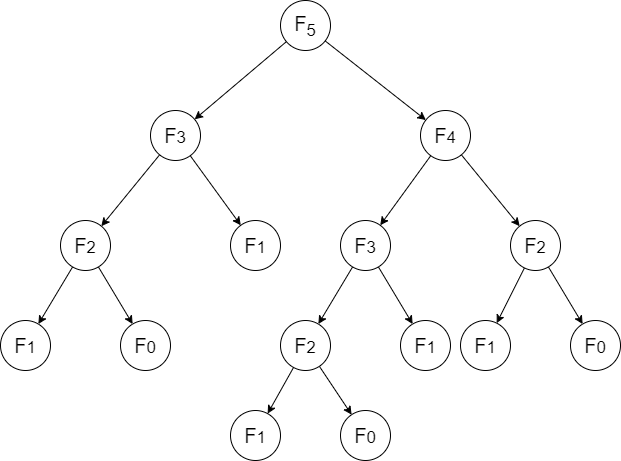
Above: images/docs/Recursive.png in tracey7d4/tracey7d4.github.io (draw.io), before the change. Source tidied: cells renumbered, new cells last; positions are measured from the earlier drawing's top-left corner, leaving out a move shared by most shapes.
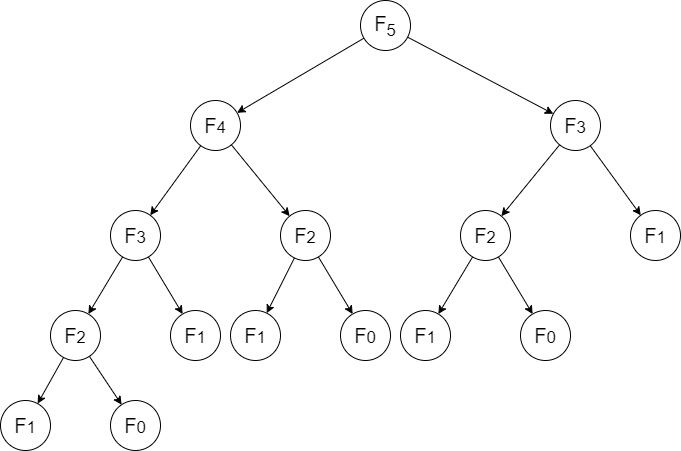
After the change.

Commit message:
rebuilding site Wed Oct 21 23:00:56 AEDT 2020

Change to the diagram source:
```diff
@@ -2,92 +2,98 @@
   <root>
     <mxCell id="0" />
     <mxCell id="1" parent="0" />
-    <mxCell id="2" style="rounded=0;jettySize=auto;html=1;" parent="1" edge="1" source="4" target="7">
+    <mxCell id="2" style="edgeStyle=none;rounded=0;jettySize=auto;html=1;" parent="1" edge="1" source="3" target="5">
       <mxGeometry relative="1" as="geometry" />
     </mxCell>
-    <mxCell id="3" style="edgeStyle=none;rounded=0;jettySize=auto;html=1;" parent="1" edge="1" source="4" target="10">
-      <mxGeometry relative="1" as="geometry" />
+    <mxCell id="3" value="&lt;font style=&quot;font-size: 20px&quot;&gt;F&lt;sub&gt;5&lt;/sub&gt;&lt;/font&gt;" style="ellipse;whiteSpace=wrap;html=1;" parent="1" vertex="1">
+      <mxGeometry x="280" width="50" height="50" as="geometry" />
     </mxCell>
-    <mxCell id="4" value="&lt;font style=&quot;font-size: 20px&quot;&gt;F&lt;sub&gt;5&lt;/sub&gt;&lt;/font&gt;" style="ellipse;whiteSpace=wrap;html=1;" parent="1" vertex="1">
-      <mxGeometry x="280" width="50" height="50" as="geometry" />
+    <mxCell id="4" style="group;" parent="1" vertex="1">
+      <mxGeometry x="-80" y="100" width="390" height="350" as="geometry" />
     </mxCell>
-    <mxCell id="5" style="edgeStyle=none;rounded=0;jettySize=auto;html=1;" parent="1" edge="1" source="7" target="13">
-      <mxGeometry relative="1" as="geometry" />
+    <mxCell id="5" value="&lt;font style=&quot;font-size: 20px&quot;&gt;F&lt;/font&gt;&lt;font style=&quot;font-size: 16.6667px&quot;&gt;4&lt;/font&gt;" style="ellipse;whiteSpace=wrap;html=1;" parent="4" vertex="1">
+      <mxGeometry x="190" width="50" height="50" as="geometry" />
     </mxCell>
-    <mxCell id="6" style="edgeStyle=none;rounded=0;jettySize=auto;html=1;" parent="1" edge="1" source="7" target="14">
-      <mxGeometry relative="1" as="geometry" />
+    <mxCell id="6" value="&lt;font style=&quot;font-size: 20px&quot;&gt;F&lt;/font&gt;&lt;font style=&quot;font-size: 16.6667px&quot;&gt;3&lt;/font&gt;" style="ellipse;whiteSpace=wrap;html=1;" parent="4" vertex="1">
+      <mxGeometry x="110" y="110" width="50" height="50" as="geometry" />
     </mxCell>
-    <mxCell id="7" value="&lt;font style=&quot;font-size: 20px&quot;&gt;F&lt;/font&gt;&lt;font style=&quot;font-size: 16.6667px&quot;&gt;3&lt;/font&gt;" style="ellipse;whiteSpace=wrap;html=1;" parent="1" vertex="1">
-      <mxGeometry x="150" y="110" width="50" height="50" as="geometry" />
+    <mxCell id="7" style="edgeStyle=none;rounded=0;jettySize=auto;html=1;" parent="4" edge="1" source="5" target="6">
+      <mxGeometry relative="1" as="geometry" />
     </mxCell>
-    <mxCell id="8" style="edgeStyle=none;rounded=0;jettySize=auto;html=1;" parent="1" edge="1" source="10" target="17">
-      <mxGeometry relative="1" as="geometry" />
+    <mxCell id="8" value="&lt;font style=&quot;font-size: 20px&quot;&gt;F&lt;/font&gt;&lt;font style=&quot;font-size: 16.6667px&quot;&gt;2&lt;/font&gt;" style="ellipse;whiteSpace=wrap;html=1;" parent="4" vertex="1">
+      <mxGeometry x="280" y="110" width="50" height="50" as="geometry" />
     </mxCell>
-    <mxCell id="9" style="edgeStyle=none;rounded=0;jettySize=auto;html=1;" parent="1" edge="1" source="10" target="20">
+    <mxCell id="9" style="edgeStyle=none;rounded=0;jettySize=auto;html=1;" parent="4" edge="1" source="5" target="8">
       <mxGeometry relative="1" as="geometry" />
     </mxCell>
-    <mxCell id="10" value="&lt;font style=&quot;font-size: 20px&quot;&gt;F&lt;/font&gt;&lt;font style=&quot;font-size: 16.6667px&quot;&gt;4&lt;/font&gt;" style="ellipse;whiteSpace=wrap;html=1;" parent="1" vertex="1">
-      <mxGeometry x="420" y="110" width="50" height="50" as="geometry" />
+    <mxCell id="10" value="&lt;font style=&quot;font-size: 20px&quot;&gt;F&lt;/font&gt;&lt;font style=&quot;font-size: 16.6667px&quot;&gt;1&lt;/font&gt;" style="ellipse;whiteSpace=wrap;html=1;" parent="4" vertex="1">
+      <mxGeometry x="170" y="210" width="50" height="50" as="geometry" />
     </mxCell>
-    <mxCell id="11" style="edgeStyle=none;rounded=0;jettySize=auto;html=1;" parent="1" edge="1" source="13" target="21">
+    <mxCell id="11" style="edgeStyle=none;rounded=0;jettySize=auto;html=1;" parent="4" edge="1" source="6" target="10">
       <mxGeometry relative="1" as="geometry" />
     </mxCell>
-    <mxCell id="12" style="edgeStyle=none;rounded=0;jettySize=auto;html=1;" parent="1" edge="1" source="13" target="22">
-      <mxGeometry relative="1" as="geometry" />
+    <mxCell id="12" value="&lt;font style=&quot;font-size: 20px&quot;&gt;F&lt;/font&gt;&lt;font style=&quot;font-size: 16.6667px&quot;&gt;2&lt;/font&gt;" style="ellipse;whiteSpace=wrap;html=1;" parent="4" vertex="1">
+      <mxGeometry x="50" y="210" width="50" height="50" as="geometry" />
     </mxCell>
-    <mxCell id="13" value="&lt;font style=&quot;font-size: 20px&quot;&gt;F&lt;/font&gt;&lt;font style=&quot;font-size: 16.6667px&quot;&gt;2&lt;/font&gt;" style="ellipse;whiteSpace=wrap;html=1;" parent="1" vertex="1">
-      <mxGeometry x="60" y="220" width="50" height="50" as="geometry" />
+    <mxCell id="13" style="edgeStyle=none;rounded=0;jettySize=auto;html=1;" parent="4" edge="1" source="6" target="12">
+      <mxGeometry relative="1" as="geometry" />
     </mxCell>
-    <mxCell id="14" value="&lt;font style=&quot;font-size: 20px&quot;&gt;F&lt;/font&gt;&lt;font style=&quot;font-size: 16.6667px&quot;&gt;1&lt;/font&gt;" style="ellipse;whiteSpace=wrap;html=1;" parent="1" vertex="1">
-      <mxGeometry x="230" y="220" width="50" height="50" as="geometry" />
+    <mxCell id="14" value="&lt;font style=&quot;font-size: 20px&quot;&gt;F&lt;/font&gt;&lt;font style=&quot;font-size: 16.6667px&quot;&gt;0&lt;/font&gt;" style="ellipse;whiteSpace=wrap;html=1;" parent="4" vertex="1">
+      <mxGeometry x="340" y="210" width="50" height="50" as="geometry" />
     </mxCell>
-    <mxCell id="15" style="edgeStyle=none;rounded=0;jettySize=auto;html=1;" parent="1" edge="1" source="17" target="23">
+    <mxCell id="15" style="edgeStyle=none;rounded=0;jettySize=auto;html=1;" parent="4" edge="1" source="8" target="14">
       <mxGeometry relative="1" as="geometry" />
     </mxCell>
-    <mxCell id="16" style="edgeStyle=none;rounded=0;jettySize=auto;html=1;" parent="1" edge="1" source="17" target="26">
-      <mxGeometry relative="1" as="geometry" />
+    <mxCell id="16" value="&lt;font style=&quot;font-size: 20px&quot;&gt;F&lt;/font&gt;&lt;font style=&quot;font-size: 16.6667px&quot;&gt;1&lt;/font&gt;" style="ellipse;whiteSpace=wrap;html=1;" parent="4" vertex="1">
+      <mxGeometry x="230" y="210" width="50" height="50" as="geometry" />
     </mxCell>
-    <mxCell id="17" value="&lt;font style=&quot;font-size: 20px&quot;&gt;F&lt;/font&gt;&lt;font style=&quot;font-size: 16.6667px&quot;&gt;3&lt;/font&gt;" style="ellipse;whiteSpace=wrap;html=1;" parent="1" vertex="1">
-      <mxGeometry x="340" y="220" width="50" height="50" as="geometry" />
+    <mxCell id="17" style="edgeStyle=none;rounded=0;jettySize=auto;html=1;" parent="4" edge="1" source="8" target="16">
+      <mxGeometry relative="1" as="geometry" />
     </mxCell>
-    <mxCell id="18" style="edgeStyle=none;rounded=0;jettySize=auto;html=1;" parent="1" edge="1" source="20" target="27">
-      <mxGeometry relative="1" as="geometry" />
+    <mxCell id="18" value="&lt;font style=&quot;font-size: 20px&quot;&gt;F&lt;/font&gt;&lt;font style=&quot;font-size: 16.6667px&quot;&gt;1&lt;/font&gt;" style="ellipse;whiteSpace=wrap;html=1;" parent="4" vertex="1">
+      <mxGeometry y="300" width="50" height="50" as="geometry" />
     </mxCell>
-    <mxCell id="19" style="edgeStyle=none;rounded=0;jettySize=auto;html=1;" parent="1" edge="1" source="20" target="28">
+    <mxCell id="19" style="edgeStyle=none;rounded=0;jettySize=auto;html=1;" parent="4" edge="1" source="12" target="18">
       <mxGeometry relative="1" as="geometry" />
     </mxCell>
-    <mxCell id="20" value="&lt;font style=&quot;font-size: 20px&quot;&gt;F&lt;/font&gt;&lt;font style=&quot;font-size: 16.6667px&quot;&gt;2&lt;/font&gt;" style="ellipse;whiteSpace=wrap;html=1;" parent="1" vertex="1">
-      <mxGeometry x="510" y="220" width="50" height="50" as="geometry" />
+    <mxCell id="20" value="&lt;font style=&quot;font-size: 20px&quot;&gt;F&lt;/font&gt;&lt;font style=&quot;font-size: 16.6667px&quot;&gt;0&lt;/font&gt;" style="ellipse;whiteSpace=wrap;html=1;" parent="4" vertex="1">
+      <mxGeometry x="110" y="300" width="50" height="50" as="geometry" />
     </mxCell>
-    <mxCell id="21" value="&lt;font style=&quot;font-size: 20px&quot;&gt;F&lt;/font&gt;&lt;font style=&quot;font-size: 16.6667px&quot;&gt;1&lt;/font&gt;" style="ellipse;whiteSpace=wrap;html=1;" parent="1" vertex="1">
-      <mxGeometry y="320" width="50" height="50" as="geometry" />
+    <mxCell id="21" style="edgeStyle=none;rounded=0;jettySize=auto;html=1;" parent="4" edge="1" source="12" target="20">
+      <mxGeometry relative="1" as="geometry" />
     </mxCell>
-    <mxCell id="22" value="&lt;font style=&quot;font-size: 20px&quot;&gt;F&lt;/font&gt;&lt;font style=&quot;font-size: 16.6667px&quot;&gt;0&lt;/font&gt;" style="ellipse;whiteSpace=wrap;html=1;" parent="1" vertex="1">
-      <mxGeometry x="120" y="320" width="50" height="50" as="geometry" />
+    <mxCell id="22" style="group;" parent="1" vertex="1">
+      <mxGeometry x="320" y="100" width="280" height="260" as="geometry" />
     </mxCell>
-    <mxCell id="23" value="&lt;font style=&quot;font-size: 20px&quot;&gt;F&lt;/font&gt;&lt;font style=&quot;font-size: 16.6667px&quot;&gt;1&lt;/font&gt;" style="ellipse;whiteSpace=wrap;html=1;" parent="1" vertex="1">
-      <mxGeometry x="400" y="320" width="50" height="50" as="geometry" />
+    <mxCell id="23" value="&lt;font style=&quot;font-size: 20px&quot;&gt;F&lt;/font&gt;&lt;font style=&quot;font-size: 16.6667px&quot;&gt;3&lt;/font&gt;" style="ellipse;whiteSpace=wrap;html=1;" parent="22" vertex="1">
+      <mxGeometry x="150" width="50" height="50" as="geometry" />
     </mxCell>
-    <mxCell id="24" style="edgeStyle=none;rounded=0;jettySize=auto;html=1;" parent="1" edge="1" source="26" target="29">
-      <mxGeometry relative="1" as="geometry" />
+    <mxCell id="24" value="&lt;font style=&quot;font-size: 20px&quot;&gt;F&lt;/font&gt;&lt;font style=&quot;font-size: 16.6667px&quot;&gt;2&lt;/font&gt;" style="ellipse;whiteSpace=wrap;html=1;" parent="22" vertex="1">
+      <mxGeometry x="60" y="110" width="50" height="50" as="geometry" />
     </mxCell>
-    <mxCell id="25" style="edgeStyle=none;rounded=0;jettySize=auto;html=1;" parent="1" edge="1" source="26" target="30">
+    <mxCell id="25" style="edgeStyle=none;rounded=0;jettySize=auto;html=1;" parent="22" edge="1" source="23" target="24">
       <mxGeometry relative="1" as="geometry" />
     </mxCell>
-    <mxCell id="26" value="&lt;font style=&quot;font-size: 20px&quot;&gt;F&lt;/font&gt;&lt;font style=&quot;font-size: 16.6667px&quot;&gt;2&lt;/font&gt;" style="ellipse;whiteSpace=wrap;html=1;" parent="1" vertex="1">
-      <mxGeometry x="280" y="320" width="50" height="50" as="geometry" />
+    <mxCell id="26" value="&lt;font style=&quot;font-size: 20px&quot;&gt;F&lt;/font&gt;&lt;font style=&quot;font-size: 16.6667px&quot;&gt;1&lt;/font&gt;" style="ellipse;whiteSpace=wrap;html=1;" parent="22" vertex="1">
+      <mxGeometry x="230" y="110" width="50" height="50" as="geometry" />
     </mxCell>
-    <mxCell id="27" value="&lt;font style=&quot;font-size: 20px&quot;&gt;F&lt;/font&gt;&lt;font style=&quot;font-size: 16.6667px&quot;&gt;0&lt;/font&gt;" style="ellipse;whiteSpace=wrap;html=1;" parent="1" vertex="1">
-      <mxGeometry x="570" y="320" width="50" height="50" as="geometry" />
+    <mxCell id="27" style="edgeStyle=none;rounded=0;jettySize=auto;html=1;" parent="22" edge="1" source="23" target="26">
+      <mxGeometry relative="1" as="geometry" />
     </mxCell>
-    <mxCell id="28" value="&lt;font style=&quot;font-size: 20px&quot;&gt;F&lt;/font&gt;&lt;font style=&quot;font-size: 16.6667px&quot;&gt;1&lt;/font&gt;" style="ellipse;whiteSpace=wrap;html=1;" parent="1" vertex="1">
-      <mxGeometry x="460" y="320" width="50" height="50" as="geometry" />
+    <mxCell id="28" value="&lt;font style=&quot;font-size: 20px&quot;&gt;F&lt;/font&gt;&lt;font style=&quot;font-size: 16.6667px&quot;&gt;1&lt;/font&gt;" style="ellipse;whiteSpace=wrap;html=1;" parent="22" vertex="1">
+      <mxGeometry y="210" width="50" height="50" as="geometry" />
     </mxCell>
-    <mxCell id="29" value="&lt;font style=&quot;font-size: 20px&quot;&gt;F&lt;/font&gt;&lt;font style=&quot;font-size: 16.6667px&quot;&gt;1&lt;/font&gt;" style="ellipse;whiteSpace=wrap;html=1;" parent="1" vertex="1">
-      <mxGeometry x="230" y="410" width="50" height="50" as="geometry" />
+    <mxCell id="29" style="edgeStyle=none;rounded=0;jettySize=auto;html=1;" parent="22" edge="1" source="24" target="28">
+      <mxGeometry relative="1" as="geometry" />
     </mxCell>
-    <mxCell id="30" value="&lt;font style=&quot;font-size: 20px&quot;&gt;F&lt;/font&gt;&lt;font style=&quot;font-size: 16.6667px&quot;&gt;0&lt;/font&gt;" style="ellipse;whiteSpace=wrap;html=1;" parent="1" vertex="1">
-      <mxGeometry x="340" y="410" width="50" height="50" as="geometry" />
+    <mxCell id="30" value="&lt;font style=&quot;font-size: 20px&quot;&gt;F&lt;/font&gt;&lt;font style=&quot;font-size: 16.6667px&quot;&gt;0&lt;/font&gt;" style="ellipse;whiteSpace=wrap;html=1;" parent="22" vertex="1">
+      <mxGeometry x="120" y="210" width="50" height="50" as="geometry" />
     </mxCell>
+    <mxCell id="31" style="edgeStyle=none;rounded=0;jettySize=auto;html=1;" parent="22" edge="1" source="24" target="30">
+      <mxGeometry relative="1" as="geometry" />
+    </mxCell>
+    <mxCell id="32" style="rounded=0;jettySize=auto;html=1;" parent="1" edge="1" source="3" target="23">
+      <mxGeometry relative="1" as="geometry" />
+    </mxCell>
   </root>
 </mxGraphModel>
```
